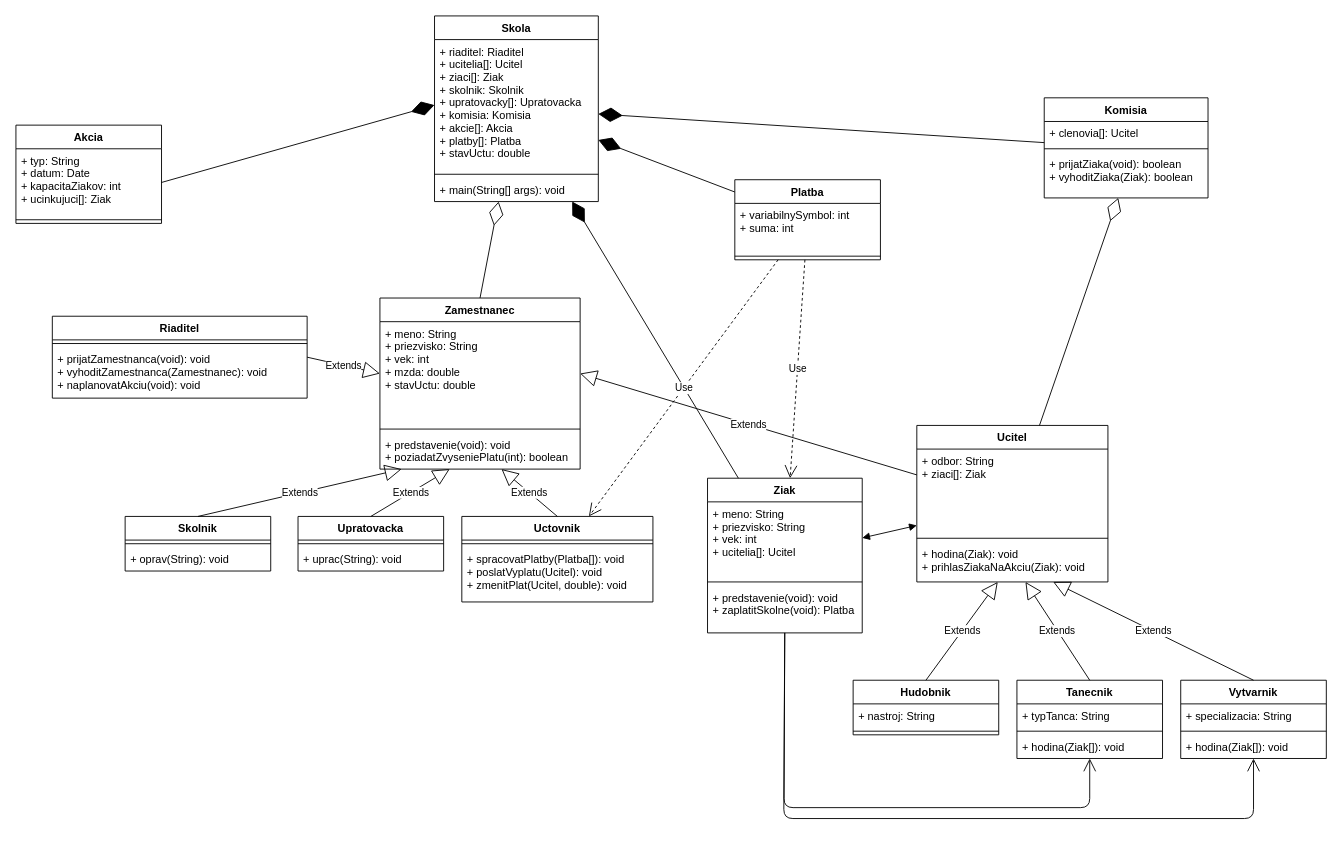
Above: Untitled Diagram.drawio in okmada123/draw.io (draw.io), before the change. Source tidied: cells renumbered, new cells numbered last; positions are measured from the earlier drawing's top-left corner, leaving out a move shared by most shapes. Both pictures are drawn from the tidied source at 91%, with x=0, y=0 at pixel (15, 15).
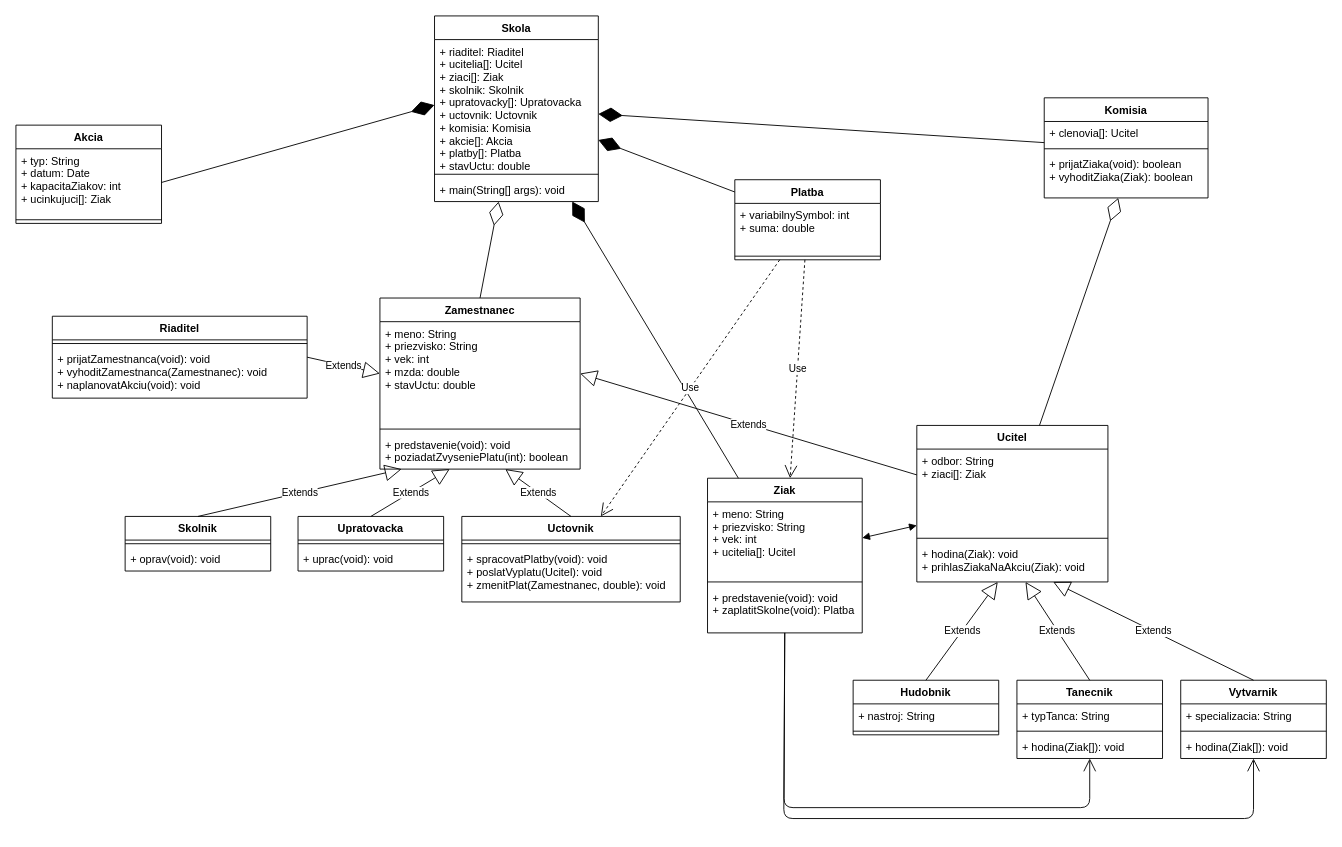
Above is the later version.

The change refers to these unchanged cells:
```xml
<mxCell id="2" value="Skola" style="swimlane;fontStyle=1;align=center;verticalAlign=top;horizontal=1;startSize=26;" parent="1" vertex="1">
  <mxGeometry x="460" width="180" height="204" as="geometry" />
</mxCell>
<mxCell id="13" value="Skolnik" style="swimlane;fontStyle=1;align=center;verticalAlign=top;horizontal=1;startSize=26;" parent="1" vertex="1">
  <mxGeometry x="120" y="550" width="160" height="60" as="geometry" />
</mxCell>
<mxCell id="16" value="Upratovacka" style="swimlane;fontStyle=1;align=center;verticalAlign=top;horizontal=1;startSize=26;" parent="1" vertex="1">
  <mxGeometry x="310" y="550" width="160" height="60" as="geometry" />
</mxCell>
<mxCell id="40" value="Platba" style="swimlane;fontStyle=1;align=center;verticalAlign=top;horizontal=1;startSize=26;" parent="1" vertex="1">
  <mxGeometry x="790" y="180" width="160" height="88" as="geometry" />
</mxCell>
```

The edit, as a diff of the source:
```diff
@@
-    <mxCell id="3" value="+ riaditel: Riaditel&#10;+ ucitelia[]: Ucitel&#10;+ ziaci[]: Ziak&#10;+ skolnik: Skolnik&#10;+ upratovacky[]: Upratovacka&#10;+ komisia: Komisia&#10;+ akcie[]: Akcia&#10;+ platby[]: Platba&#10;+ stavUctu: double" style="text;strokeColor=none;fillColor=none;align=left;verticalAlign=top;spacingLeft=4;spacingRight=4;overflow=hidden;points=[[0,0.5],[1,0.5]];portConstraint=eastwest;" parent="2" vertex="1">
+    <mxCell id="3" value="+ riaditel: Riaditel&#10;+ ucitelia[]: Ucitel&#10;+ ziaci[]: Ziak&#10;+ skolnik: Skolnik&#10;+ upratovacky[]: Upratovacka&#10;+ uctovnik: Uctovnik&#10;+ komisia: Komisia&#10;+ akcie[]: Akcia&#10;+ platby[]: Platba&#10;+ stavUctu: double" style="text;strokeColor=none;fillColor=none;align=left;verticalAlign=top;spacingLeft=4;spacingRight=4;overflow=hidden;points=[[0,0.5],[1,0.5]];portConstraint=eastwest;" parent="2" vertex="1">
       <mxGeometry y="26" width="180" height="144" as="geometry" />
     </mxCell>
@@
-    <mxCell id="15" value="+ oprav(String): void" style="text;strokeColor=none;fillColor=none;align=left;verticalAlign=top;spacingLeft=4;spacingRight=4;overflow=hidden;" parent="13" vertex="1">
+    <mxCell id="15" value="+ oprav(void): void" style="text;strokeColor=none;fillColor=none;align=left;verticalAlign=top;spacingLeft=4;spacingRight=4;overflow=hidden;" parent="13" vertex="1">
       <mxGeometry y="34" width="160" height="26" as="geometry" />
     </mxCell>
@@
-    <mxCell id="18" value="+ uprac(String): void" style="text;strokeColor=none;fillColor=none;align=left;verticalAlign=top;spacingLeft=4;spacingRight=4;overflow=hidden;" parent="16" vertex="1">
+    <mxCell id="18" value="+ uprac(void): void" style="text;strokeColor=none;fillColor=none;align=left;verticalAlign=top;spacingLeft=4;spacingRight=4;overflow=hidden;" parent="16" vertex="1">
       <mxGeometry y="34" width="160" height="26" as="geometry" />
     </mxCell>
     <mxCell id="19" value="Uctovnik" style="swimlane;fontStyle=1;align=center;verticalAlign=top;horizontal=1;startSize=26;" parent="1" vertex="1">
-      <mxGeometry x="490" y="550" width="210" height="94" as="geometry" />
+      <mxGeometry x="490" y="550" width="240" height="94" as="geometry" />
     </mxCell>
     <mxCell id="20" style="line;strokeWidth=1;fillColor=none;align=left;verticalAlign=middle;spacingTop=-1;spacingLeft=3;spacingRight=3;labelPosition=right;" parent="19" vertex="1">
-      <mxGeometry y="26" width="210" height="8" as="geometry" />
+      <mxGeometry y="26" width="240" height="8" as="geometry" />
     </mxCell>
-    <mxCell id="21" value="+ spracovatPlatby(Platba[]): void&#10;+ poslatVyplatu(Ucitel): void&#10;+ zmenitPlat(Ucitel, double): void" style="text;strokeColor=none;fillColor=none;align=left;verticalAlign=top;spacingLeft=4;spacingRight=4;overflow=hidden;" parent="19" vertex="1">
-      <mxGeometry y="34" width="210" height="60" as="geometry" />
+    <mxCell id="21" value="+ spracovatPlatby(void): void&#10;+ poslatVyplatu(Ucitel): void&#10;+ zmenitPlat(Zamestnanec, double): void" style="text;strokeColor=none;fillColor=none;align=left;verticalAlign=top;spacingLeft=4;spacingRight=4;overflow=hidden;" parent="19" vertex="1">
+      <mxGeometry y="34" width="240" height="60" as="geometry" />
     </mxCell>
@@
-    <mxCell id="41" value="+ variabilnySymbol: int&#10;+ suma: int" style="text;strokeColor=none;fillColor=none;align=left;verticalAlign=top;spacingLeft=4;spacingRight=4;overflow=hidden;" parent="40" vertex="1">
+    <mxCell id="41" value="+ variabilnySymbol: int&#10;+ suma: double" style="text;strokeColor=none;fillColor=none;align=left;verticalAlign=top;spacingLeft=4;spacingRight=4;overflow=hidden;" parent="40" vertex="1">
       <mxGeometry y="26" width="160" height="54" as="geometry" />
     </mxCell>
```
